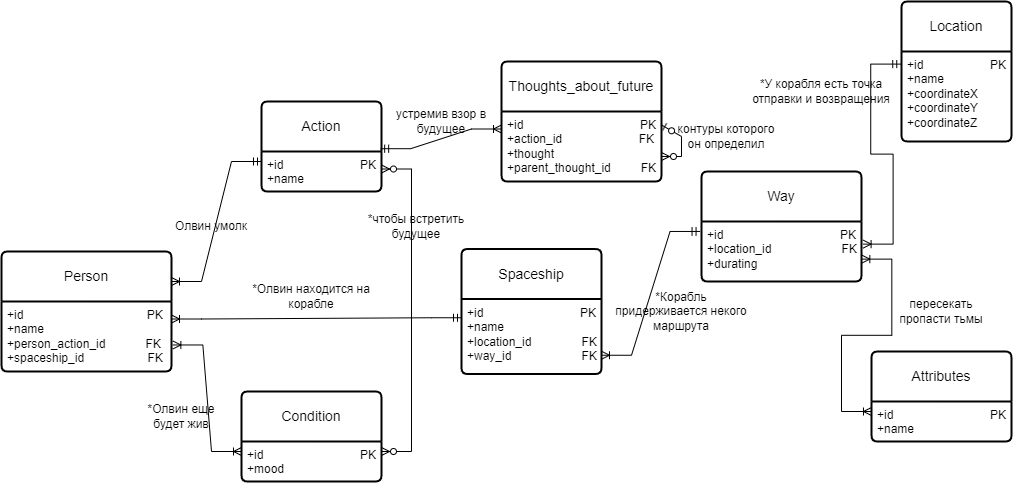
Above: DataBases/lab1/InfologicDiagram.drawio.png in EgorovaVarvara/ITMO (draw.io), before the change. Source tidied: cells renumbered, new cells last; positions are measured from the earlier drawing's top-left corner, leaving out a move shared by most shapes.
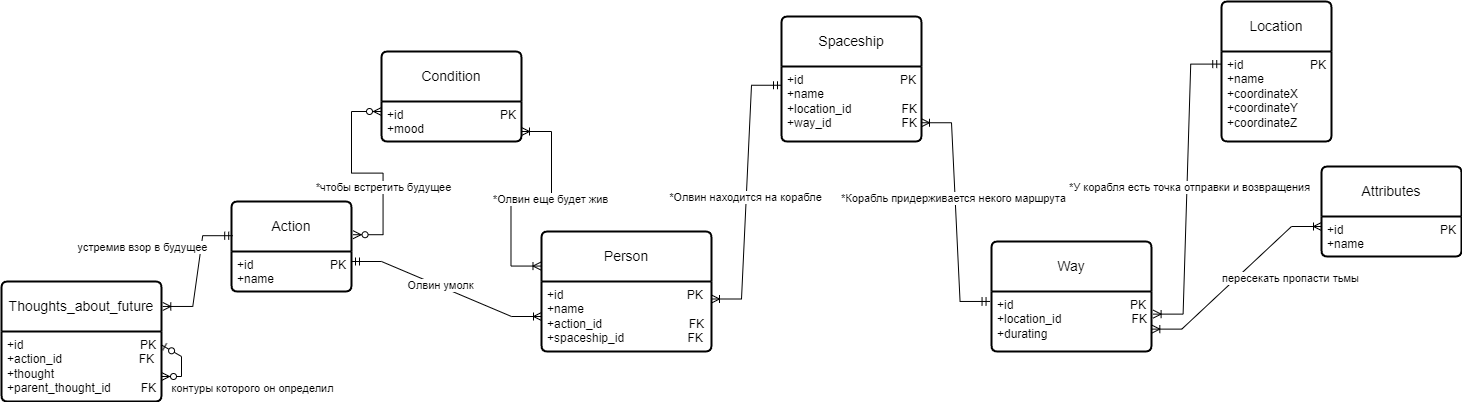
The same diagram one commit later.

Change to the diagram source:
```diff
@@ -5,38 +5,38 @@
     <mxCell id="2" value="Person" style="swimlane;horizontal=1;startSize=50;rounded=1;fontSize=14;fontStyle=0;strokeWidth=2;shadow=0;dashed=0;align=center;arcSize=4;whiteSpace=wrap;html=1;" parent="1" vertex="1">
       <mxGeometry y="250" width="170" height="120" as="geometry" />
     </mxCell>
-    <mxCell id="3" value="+id&amp;nbsp; &amp;nbsp; &amp;nbsp; &amp;nbsp; &amp;nbsp; &amp;nbsp; &amp;nbsp; &amp;nbsp; &amp;nbsp; &amp;nbsp; &amp;nbsp; &amp;nbsp; &amp;nbsp; &amp;nbsp; &amp;nbsp; &amp;nbsp; &amp;nbsp; &amp;nbsp; &amp;nbsp;PK&lt;br&gt;+name&lt;br&gt;+person_action_id&amp;nbsp; &amp;nbsp; &amp;nbsp; &amp;nbsp; &amp;nbsp; &amp;nbsp; FK&lt;br&gt;+spaceship_id&amp;nbsp; &amp;nbsp; &amp;nbsp; &amp;nbsp; &amp;nbsp; &amp;nbsp; &amp;nbsp; &amp;nbsp; &amp;nbsp; &amp;nbsp;FK" style="align=left;strokeColor=none;fillColor=none;spacingLeft=4;fontSize=12;verticalAlign=top;html=1;" parent="2" vertex="1">
+    <mxCell id="3" value="+id&amp;nbsp; &amp;nbsp; &amp;nbsp; &amp;nbsp; &amp;nbsp; &amp;nbsp; &amp;nbsp; &amp;nbsp; &amp;nbsp; &amp;nbsp; &amp;nbsp; &amp;nbsp; &amp;nbsp; &amp;nbsp; &amp;nbsp; &amp;nbsp; &amp;nbsp; &amp;nbsp; &amp;nbsp;PK&lt;br&gt;+name&lt;br&gt;+action_id&amp;nbsp; &amp;nbsp; &amp;nbsp; &amp;nbsp; &amp;nbsp; &amp;nbsp; &amp;nbsp; &amp;nbsp; &amp;nbsp; &amp;nbsp; &amp;nbsp; &amp;nbsp; &amp;nbsp; FK&lt;br&gt;+spaceship_id&amp;nbsp; &amp;nbsp; &amp;nbsp; &amp;nbsp; &amp;nbsp; &amp;nbsp; &amp;nbsp; &amp;nbsp; &amp;nbsp; &amp;nbsp;FK" style="align=left;strokeColor=none;fillColor=none;spacingLeft=4;fontSize=12;verticalAlign=top;html=1;" parent="2" vertex="1">
       <mxGeometry y="50" width="170" height="70" as="geometry" />
     </mxCell>
     <mxCell id="4" style="edgeStyle=orthogonalEdgeStyle;rounded=0;orthogonalLoop=1;jettySize=auto;html=1;exitX=0.5;exitY=1;exitDx=0;exitDy=0;" parent="2" edge="1" source="3" target="3">
       <mxGeometry relative="1" as="geometry" />
     </mxCell>
     <mxCell id="5" value="Action" style="swimlane;horizontal=1;startSize=50;rounded=1;fontSize=14;fontStyle=0;strokeWidth=2;shadow=0;dashed=0;align=center;arcSize=4;whiteSpace=wrap;html=1;" parent="1" vertex="1">
-      <mxGeometry x="260" y="100" width="120" height="90" as="geometry" />
+      <mxGeometry x="-310" y="220" width="120" height="90" as="geometry" />
     </mxCell>
     <mxCell id="6" value="+id&amp;nbsp; &amp;nbsp; &amp;nbsp; &amp;nbsp; &amp;nbsp; &amp;nbsp; &amp;nbsp; &amp;nbsp; &amp;nbsp; &amp;nbsp; &amp;nbsp; &amp;nbsp;PK&lt;br&gt;+name&amp;nbsp; &amp;nbsp;" style="align=left;strokeColor=none;fillColor=none;spacingLeft=4;fontSize=12;verticalAlign=top;html=1;" parent="5" vertex="1">
       <mxGeometry y="50" width="120" height="40" as="geometry" />
     </mxCell>
     <mxCell id="7" value="Condition" style="swimlane;horizontal=1;startSize=50;rounded=1;fontSize=14;fontStyle=0;strokeWidth=2;shadow=0;dashed=0;align=center;arcSize=4;whiteSpace=wrap;html=1;" parent="1" vertex="1">
-      <mxGeometry x="240" y="390" width="140" height="90" as="geometry" />
+      <mxGeometry x="-160" y="70" width="140" height="90" as="geometry" />
     </mxCell>
     <mxCell id="8" value="+id&amp;nbsp; &amp;nbsp; &amp;nbsp; &amp;nbsp; &amp;nbsp; &amp;nbsp; &amp;nbsp; &amp;nbsp; &amp;nbsp; &amp;nbsp; &amp;nbsp; &amp;nbsp; &amp;nbsp; &amp;nbsp; &amp;nbsp;PK&lt;br&gt;+mood" style="align=left;strokeColor=none;fillColor=none;spacingLeft=4;fontSize=12;verticalAlign=top;html=1;" parent="7" vertex="1">
       <mxGeometry y="50" width="140" height="40" as="geometry" />
     </mxCell>
     <mxCell id="9" value="Location" style="swimlane;horizontal=1;startSize=50;rounded=1;fontSize=14;fontStyle=0;strokeWidth=2;shadow=0;dashed=0;align=center;arcSize=4;whiteSpace=wrap;html=1;" parent="1" vertex="1">
-      <mxGeometry x="900" width="110" height="140" as="geometry" />
+      <mxGeometry x="680" y="20" width="110" height="140" as="geometry" />
     </mxCell>
     <mxCell id="10" value="+id&amp;nbsp; &amp;nbsp; &amp;nbsp; &amp;nbsp; &amp;nbsp; &amp;nbsp; &amp;nbsp; &amp;nbsp; &amp;nbsp; &amp;nbsp; PK&lt;br&gt;+name&lt;br&gt;+coordinateX&lt;br&gt;+coordinateY&lt;br&gt;+coordinateZ" style="align=left;strokeColor=none;fillColor=none;spacingLeft=4;fontSize=12;verticalAlign=top;html=1;" parent="9" vertex="1">
       <mxGeometry y="50" width="110" height="90" as="geometry" />
     </mxCell>
     <mxCell id="11" value="Spaceship" style="swimlane;horizontal=1;startSize=50;rounded=1;fontSize=14;fontStyle=0;strokeWidth=2;shadow=0;dashed=0;align=center;arcSize=4;whiteSpace=wrap;html=1;" parent="1" vertex="1">
-      <mxGeometry x="460" y="247.5" width="140" height="125" as="geometry" />
+      <mxGeometry x="240" y="35" width="140" height="125" as="geometry" />
     </mxCell>
     <mxCell id="12" value="+id&amp;nbsp; &amp;nbsp; &amp;nbsp; &amp;nbsp; &amp;nbsp; &amp;nbsp; &amp;nbsp; &amp;nbsp; &amp;nbsp; &amp;nbsp; &amp;nbsp; &amp;nbsp; &amp;nbsp; &amp;nbsp; &amp;nbsp;PK&lt;br&gt;+name&lt;br&gt;+location_id&amp;nbsp; &amp;nbsp; &amp;nbsp; &amp;nbsp; &amp;nbsp; &amp;nbsp; &amp;nbsp; &amp;nbsp;FK&lt;br&gt;+way_id&amp;nbsp; &amp;nbsp; &amp;nbsp; &amp;nbsp; &amp;nbsp; &amp;nbsp; &amp;nbsp; &amp;nbsp; &amp;nbsp; &amp;nbsp; &amp;nbsp;FK" style="align=left;strokeColor=none;fillColor=none;spacingLeft=4;fontSize=12;verticalAlign=top;html=1;" parent="11" vertex="1">
       <mxGeometry y="50" width="140" height="75" as="geometry" />
     </mxCell>
     <mxCell id="13" value="Attributes" style="swimlane;horizontal=1;startSize=50;rounded=1;fontSize=14;fontStyle=0;strokeWidth=2;shadow=0;dashed=0;align=center;arcSize=4;whiteSpace=wrap;html=1;" parent="1" vertex="1">
-      <mxGeometry x="870" y="350" width="140" height="90" as="geometry" />
+      <mxGeometry x="780" y="185" width="140" height="90" as="geometry" />
     </mxCell>
     <mxCell id="14" value="+id&amp;nbsp; &amp;nbsp; &amp;nbsp; &amp;nbsp; &amp;nbsp; &amp;nbsp; &amp;nbsp; &amp;nbsp; &amp;nbsp; &amp;nbsp; &amp;nbsp; &amp;nbsp; &amp;nbsp; &amp;nbsp; &amp;nbsp;PK&lt;br&gt;+name" style="align=left;strokeColor=none;fillColor=none;spacingLeft=4;fontSize=12;verticalAlign=top;html=1;" parent="13" vertex="1">
       <mxGeometry y="50" width="140" height="40" as="geometry" />
@@ -44,37 +44,56 @@
     <mxCell id="15" style="edgeStyle=orthogonalEdgeStyle;rounded=0;orthogonalLoop=1;jettySize=auto;html=1;exitX=0.5;exitY=1;exitDx=0;exitDy=0;" parent="13" edge="1" source="14" target="14">
       <mxGeometry relative="1" as="geometry" />
     </mxCell>
-    <mxCell id="16" style="edgeStyle=entityRelationEdgeStyle;fontSize=12;html=1;endArrow=ERoneToMany;startArrow=ERmandOne;rounded=0;entryX=1;entryY=0.25;entryDx=0;entryDy=0;exitX=0;exitY=0.25;exitDx=0;exitDy=0;" parent="1" edge="1" source="6" target="2">
+    <mxCell id="16" style="edgeStyle=entityRelationEdgeStyle;fontSize=12;html=1;endArrow=ERoneToMany;startArrow=ERmandOne;rounded=0;entryX=0;entryY=0.5;entryDx=0;entryDy=0;exitX=1;exitY=0.25;exitDx=0;exitDy=0;" parent="1" edge="1" source="6" target="3">
       <mxGeometry relative="1" as="geometry">
         <Array as="points">
           <mxPoint x="410" y="230" />
         </Array>
       </mxGeometry>
     </mxCell>
+    <mxCell id="29" value="Олвин умолк" style="edgeLabel;html=1;align=center;verticalAlign=middle;" parent="16" vertex="1">
+      <mxGeometry x="-0.08" y="1" relative="1" as="geometry" />
+    </mxCell>
-    <mxCell id="17" style="edgeStyle=entityRelationEdgeStyle;fontSize=12;html=1;endArrow=ERoneToMany;startArrow=ERoneToMany;rounded=0;entryX=0;entryY=0.25;entryDx=0;entryDy=0;exitX=1.008;exitY=0.621;exitDx=0;exitDy=0;exitPerimeter=0;" parent="1" edge="1" source="3" target="8">
+    <mxCell id="17" style="edgeStyle=entityRelationEdgeStyle;fontSize=12;html=1;endArrow=ERoneToMany;startArrow=ERoneToMany;rounded=0;entryX=1;entryY=0.75;entryDx=0;entryDy=0;exitX=-0.003;exitY=0.288;exitDx=0;exitDy=0;exitPerimeter=0;" parent="1" edge="1" source="2" target="8">
       <mxGeometry relative="1" as="geometry">
         <Array as="points">
           <mxPoint x="370" y="480" />
         </Array>
       </mxGeometry>
     </mxCell>
+    <mxCell id="35" value="*Олвин еще будет жив" style="edgeLabel;html=1;align=center;verticalAlign=middle;" parent="17" vertex="1">
+      <mxGeometry x="0.16" relative="1" as="geometry" />
+    </mxCell>
     <mxCell id="18" value="Thoughts_about_future" style="swimlane;horizontal=1;startSize=50;rounded=1;fontSize=14;fontStyle=0;strokeWidth=2;shadow=0;dashed=0;align=center;arcSize=4;whiteSpace=wrap;html=1;" parent="1" vertex="1">
-      <mxGeometry x="500" y="60" width="160" height="120" as="geometry" />
+      <mxGeometry x="-540" y="300" width="160" height="120" as="geometry" />
     </mxCell>
     <mxCell id="19" value="+id&amp;nbsp; &amp;nbsp; &amp;nbsp; &amp;nbsp; &amp;nbsp; &amp;nbsp; &amp;nbsp; &amp;nbsp; &amp;nbsp; &amp;nbsp; &amp;nbsp; &amp;nbsp; &amp;nbsp; &amp;nbsp; &amp;nbsp; &amp;nbsp; &amp;nbsp; &amp;nbsp;PK&lt;br&gt;+action_id&amp;nbsp; &amp;nbsp; &amp;nbsp; &amp;nbsp; &amp;nbsp; &amp;nbsp; &amp;nbsp; &amp;nbsp; &amp;nbsp; &amp;nbsp; &amp;nbsp; &amp;nbsp;FK&lt;br&gt;+thought&lt;br&gt;+parent_thought_id&amp;nbsp; &amp;nbsp; &amp;nbsp; &amp;nbsp; &amp;nbsp;FK" style="align=left;strokeColor=none;fillColor=none;spacingLeft=4;fontSize=12;verticalAlign=top;html=1;" parent="18" vertex="1">
       <mxGeometry y="50" width="160" height="70" as="geometry" />
     </mxCell>
-    <mxCell id="20" style="edgeStyle=entityRelationEdgeStyle;fontSize=12;html=1;endArrow=ERzeroToMany;startArrow=ERzeroToOne;rounded=0;exitX=0.998;exitY=0.19;exitDx=0;exitDy=0;exitPerimeter=0;" parent="18" edge="1" source="19" target="19">
+    <mxCell id="20" style="edgeStyle=entityRelationEdgeStyle;fontSize=12;html=1;endArrow=ERzeroToMany;startArrow=ERzeroToOne;rounded=0;exitX=0.998;exitY=0.19;exitDx=0;exitDy=0;exitPerimeter=0;elbow=horizontal;" parent="18" edge="1" source="19" target="19">
       <mxGeometry relative="1" as="geometry" />
     </mxCell>
+    <mxCell id="31" value="контуры которого он определил" style="edgeLabel;html=1;align=center;verticalAlign=middle;" parent="20" vertex="1">
+      <mxGeometry x="-0.11" relative="1" as="geometry">
+        <mxPoint x="70" y="25" as="offset" />
+      </mxGeometry>
+    </mxCell>
-    <mxCell id="21" style="edgeStyle=entityRelationEdgeStyle;fontSize=12;html=1;endArrow=ERoneToMany;startArrow=ERmandOne;rounded=0;entryX=0;entryY=0.25;entryDx=0;entryDy=0;exitX=0.993;exitY=-0.07;exitDx=0;exitDy=0;exitPerimeter=0;" parent="1" edge="1" source="6" target="19">
+    <mxCell id="21" style="edgeStyle=entityRelationEdgeStyle;fontSize=12;html=1;endArrow=ERoneToMany;startArrow=ERmandOne;rounded=0;entryX=1.008;entryY=0.208;entryDx=0;entryDy=0;exitX=0.01;exitY=0.38;exitDx=0;exitDy=0;exitPerimeter=0;entryPerimeter=0;" parent="1" edge="1" source="5" target="18">
       <mxGeometry relative="1" as="geometry" />
     </mxCell>
+    <mxCell id="30" value="устремив взор в будущее" style="edgeLabel;html=1;align=center;verticalAlign=middle;" parent="21" vertex="1">
+      <mxGeometry x="0.1" relative="1" as="geometry">
+        <mxPoint x="-55" y="-31" as="offset" />
+      </mxGeometry>
+    </mxCell>
     <mxCell id="22" style="edgeStyle=entityRelationEdgeStyle;fontSize=12;html=1;endArrow=ERoneToMany;startArrow=ERmandOne;rounded=0;exitX=0;exitY=0.25;exitDx=0;exitDy=0;entryX=1;entryY=0.25;entryDx=0;entryDy=0;" parent="1" edge="1" source="12" target="3">
       <mxGeometry relative="1" as="geometry" />
     </mxCell>
+    <mxCell id="33" value="*Олвин находится на корабле" style="edgeLabel;html=1;align=center;verticalAlign=middle;" parent="22" vertex="1">
+      <mxGeometry x="0.03" y="-2" relative="1" as="geometry" />
+    </mxCell>
     <mxCell id="23" value="Way" style="swimlane;horizontal=1;startSize=50;rounded=1;fontSize=14;fontStyle=0;strokeWidth=2;shadow=0;dashed=0;align=center;arcSize=4;whiteSpace=wrap;html=1;" parent="1" vertex="1">
-      <mxGeometry x="700" y="170" width="160" height="110" as="geometry" />
+      <mxGeometry x="450" y="260" width="160" height="110" as="geometry" />
     </mxCell>
     <mxCell id="24" value="+id&amp;nbsp; &amp;nbsp; &amp;nbsp; &amp;nbsp; &amp;nbsp; &amp;nbsp; &amp;nbsp; &amp;nbsp; &amp;nbsp; &amp;nbsp; &amp;nbsp; &amp;nbsp; &amp;nbsp; &amp;nbsp; &amp;nbsp; &amp;nbsp; &amp;nbsp; &amp;nbsp;PK&lt;br&gt;+location_id&amp;nbsp; &amp;nbsp; &amp;nbsp; &amp;nbsp; &amp;nbsp;&amp;nbsp;&amp;nbsp; &amp;nbsp; &amp;nbsp; &amp;nbsp; &amp;nbsp; &amp;nbsp;FK&lt;br&gt;+durating" style="align=left;strokeColor=none;fillColor=none;spacingLeft=4;fontSize=12;verticalAlign=top;html=1;" parent="23" vertex="1">
       <mxGeometry y="50" width="160" height="60" as="geometry" />
@@ -82,41 +101,30 @@
     <mxCell id="25" style="edgeStyle=entityRelationEdgeStyle;fontSize=12;html=1;endArrow=ERoneToMany;startArrow=ERmandOne;rounded=0;exitX=-0.009;exitY=0.166;exitDx=0;exitDy=0;exitPerimeter=0;entryX=1;entryY=0.75;entryDx=0;entryDy=0;" parent="1" edge="1" source="24" target="12">
       <mxGeometry relative="1" as="geometry" />
     </mxCell>
+    <mxCell id="36" value="*Корабль придерживается некого маршрута" style="edgeLabel;html=1;align=center;verticalAlign=middle;" parent="25" vertex="1">
+      <mxGeometry x="-0.19" y="4" relative="1" as="geometry">
+        <mxPoint y="-38" as="offset" />
+      </mxGeometry>
+    </mxCell>
     <mxCell id="26" style="edgeStyle=entityRelationEdgeStyle;fontSize=12;html=1;endArrow=ERoneToMany;startArrow=ERmandOne;rounded=0;entryX=1.01;entryY=0.377;entryDx=0;entryDy=0;entryPerimeter=0;exitX=-0.007;exitY=0.14;exitDx=0;exitDy=0;exitPerimeter=0;" parent="1" edge="1" source="10" target="24">
       <mxGeometry relative="1" as="geometry" />
     </mxCell>
+    <mxCell id="37" value="*У корабля есть точка отправки и возвращения" style="edgeLabel;html=1;align=center;verticalAlign=middle;" parent="26" vertex="1">
+      <mxGeometry x="-0.02" y="2" relative="1" as="geometry" />
+    </mxCell>
     <mxCell id="27" style="edgeStyle=entityRelationEdgeStyle;fontSize=12;html=1;endArrow=ERoneToMany;startArrow=ERoneToMany;rounded=0;entryX=0;entryY=0.25;entryDx=0;entryDy=0;exitX=1.002;exitY=0.627;exitDx=0;exitDy=0;exitPerimeter=0;" parent="1" edge="1" source="24" target="14">
       <mxGeometry relative="1" as="geometry" />
     </mxCell>
+    <mxCell id="32" value="пересекать пропасти тьмы" style="edgeLabel;html=1;align=center;verticalAlign=middle;" parent="27" vertex="1">
+      <mxGeometry x="-0.15" y="-1" relative="1" as="geometry">
+        <mxPoint x="64" y="-12" as="offset" />
+      </mxGeometry>
+    </mxCell>
-    <mxCell id="28" style="edgeStyle=entityRelationEdgeStyle;fontSize=12;html=1;endArrow=ERzeroToMany;endFill=1;startArrow=ERzeroToMany;rounded=0;entryX=1;entryY=0.75;entryDx=0;entryDy=0;exitX=1;exitY=0.25;exitDx=0;exitDy=0;" parent="1" edge="1" source="8" target="5">
+    <mxCell id="28" style="edgeStyle=entityRelationEdgeStyle;fontSize=12;html=1;endArrow=ERzeroToMany;endFill=1;startArrow=ERzeroToMany;rounded=0;entryX=1.013;entryY=0.369;entryDx=0;entryDy=0;exitX=0;exitY=0.25;exitDx=0;exitDy=0;entryPerimeter=0;" parent="1" edge="1" source="8" target="5">
       <mxGeometry relative="1" as="geometry" />
     </mxCell>
-    <mxCell id="29" value="Олвин умолк" style="text;html=1;align=center;verticalAlign=middle;whiteSpace=wrap;rounded=0;" parent="1" vertex="1">
-      <mxGeometry x="160" y="210" width="100" height="30" as="geometry" />
-    </mxCell>
-    <mxCell id="30" value="устремив взор в будущее" style="text;html=1;align=center;verticalAlign=middle;whiteSpace=wrap;rounded=0;" parent="1" vertex="1">
-      <mxGeometry x="390" y="105" width="100" height="30" as="geometry" />
-    </mxCell>
-    <mxCell id="31" value="контуры которого он определил" style="text;html=1;align=center;verticalAlign=middle;whiteSpace=wrap;rounded=0;" parent="1" vertex="1">
-      <mxGeometry x="670" y="120" width="110" height="30" as="geometry" />
-    </mxCell>
-    <mxCell id="32" value="пересекать пропасти тьмы" style="text;html=1;align=center;verticalAlign=middle;whiteSpace=wrap;rounded=0;" parent="1" vertex="1">
-      <mxGeometry x="890" y="295" width="100" height="30" as="geometry" />
-    </mxCell>
-    <mxCell id="33" value="*Олвин находится на корабле" style="text;html=1;align=center;verticalAlign=middle;whiteSpace=wrap;rounded=0;" parent="1" vertex="1">
-      <mxGeometry x="250" y="280" width="120" height="30" as="geometry" />
-    </mxCell>
-    <mxCell id="34" value="*чтобы встретить будущее" style="text;html=1;align=center;verticalAlign=middle;whiteSpace=wrap;rounded=0;" parent="1" vertex="1">
-      <mxGeometry x="350" y="210" width="130" height="30" as="geometry" />
+    <mxCell id="34" value="*чтобы встретить будущее" style="edgeLabel;html=1;align=center;verticalAlign=middle;" parent="28" vertex="1">
+      <mxGeometry x="0.26" relative="1" as="geometry" />
     </mxCell>
-    <mxCell id="35" value="*Олвин еще будет жив" style="text;html=1;align=center;verticalAlign=middle;whiteSpace=wrap;rounded=0;" parent="1" vertex="1">
-      <mxGeometry x="130" y="400" width="100" height="30" as="geometry" />
-    </mxCell>
-    <mxCell id="36" value="*Корабль придерживается некого маршрута" style="text;html=1;align=center;verticalAlign=middle;whiteSpace=wrap;rounded=0;" parent="1" vertex="1">
-      <mxGeometry x="610" y="295" width="140" height="30" as="geometry" />
-    </mxCell>
-    <mxCell id="37" value="*У корабля есть точка отправки и возвращения" style="text;html=1;align=center;verticalAlign=middle;whiteSpace=wrap;rounded=0;" parent="1" vertex="1">
-      <mxGeometry x="750" y="75" width="140" height="30" as="geometry" />
-    </mxCell>
   </root>
 </mxGraphModel>
```
